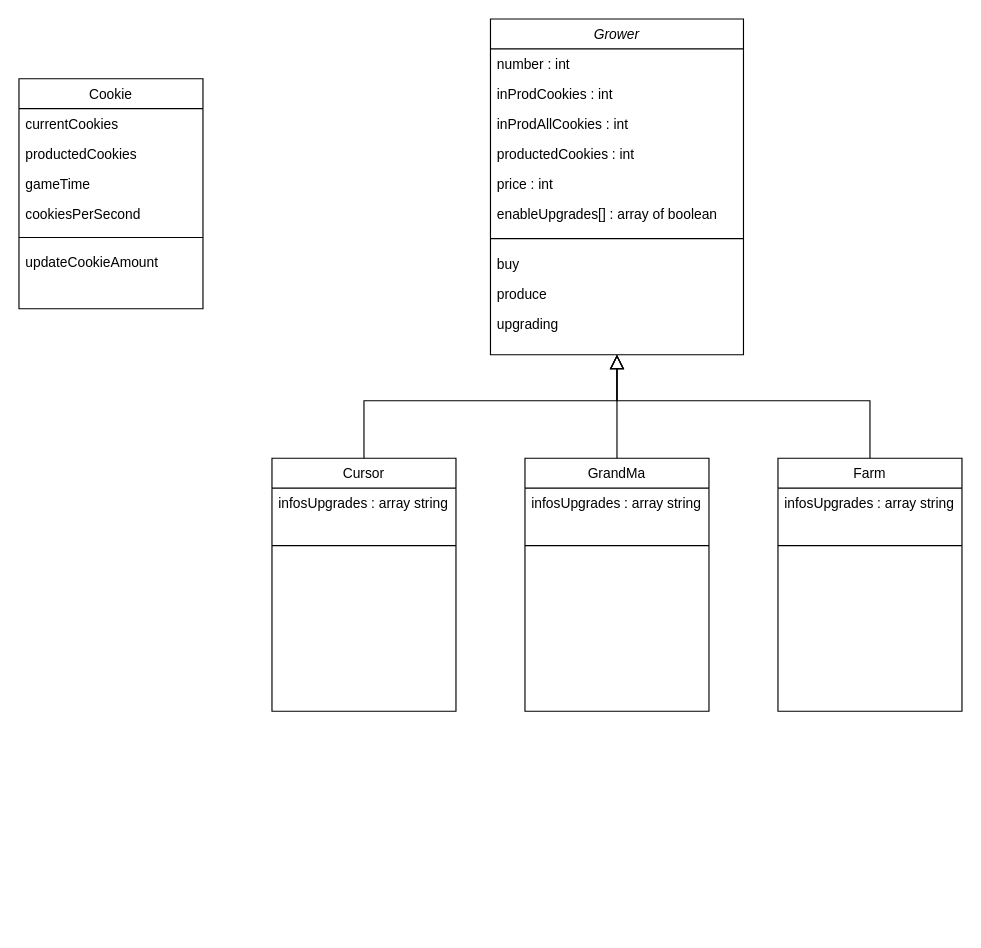
ElainePentium/JS-cookie-clicker keeps this draw.io diagram as diagram_class.drawio. Above is the earlier version. Source tidied: cells renumbered, new cells numbered last; positions are measured from the earlier drawing's top-left corner, leaving out a move shared by most shapes. Both pictures are drawn from the tidied source at 115%, with x=0, y=0 at pixel (18, 18).
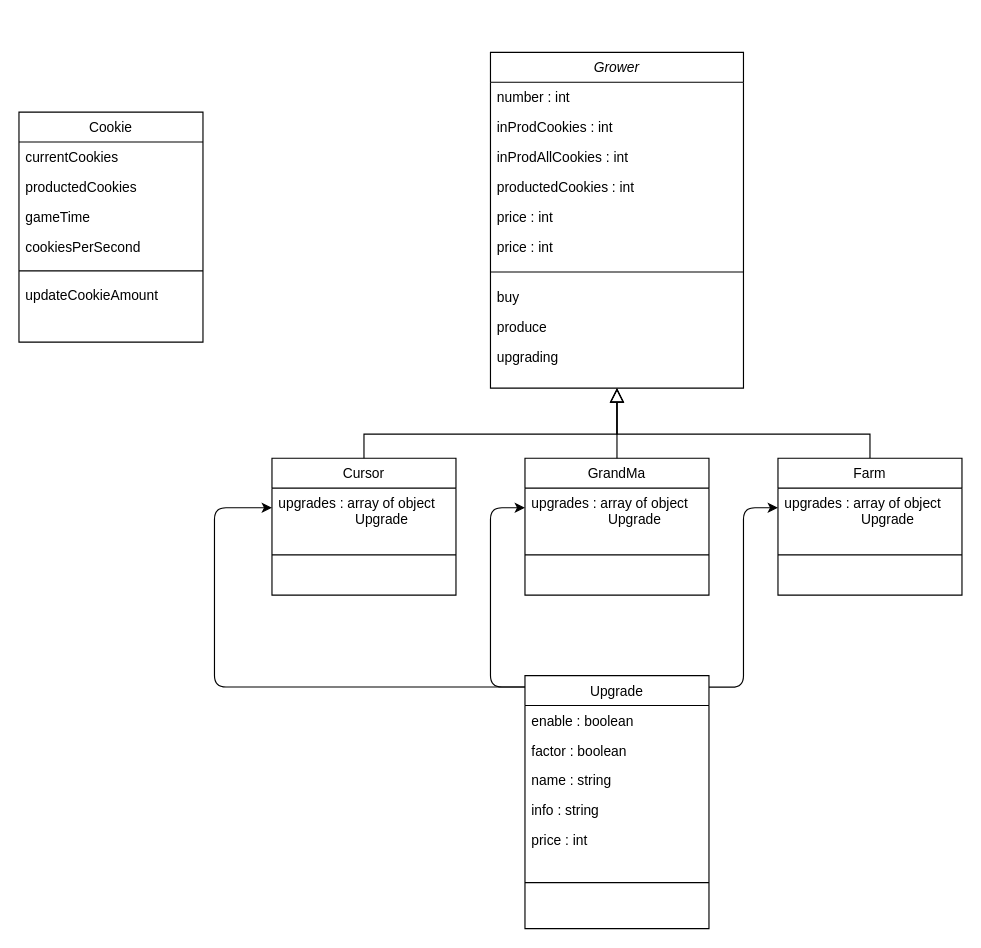
The same diagram, later.

Commit message (it also covers changes not shown here):
update draw.io and stats.txt for Upgrade object

The edit, as a diff of the source:
```diff
@@
     <mxCell id="2" value="Cookie" style="swimlane;fontStyle=0;align=center;verticalAlign=top;horizontal=1;startSize=26;rounded=0;shadow=0;strokeWidth=1;" parent="1" vertex="1">
-      <mxGeometry y="52" width="160" height="200" as="geometry" />
+      <mxGeometry y="81" width="160" height="200" as="geometry" />
     </mxCell>
@@
     <mxCell id="9" value="Cursor" style="swimlane;fontStyle=0;align=center;verticalAlign=top;horizontal=1;startSize=26;rounded=0;shadow=0;strokeWidth=1;" parent="1" vertex="1">
-      <mxGeometry x="220" y="382" width="160" height="220" as="geometry" />
+      <mxGeometry x="220" y="382" width="160" height="119" as="geometry" />
     </mxCell>
-    <mxCell id="10" value="infosUpgrades : array string" style="text;align=left;verticalAlign=top;spacingLeft=4;spacingRight=4;overflow=hidden;points=[[0,0.5],[1,0.5]];portConstraint=eastwest;rounded=0;shadow=0;html=0;" parent="9" vertex="1">
-      <mxGeometry y="26" width="160" height="26" as="geometry" />
+    <mxCell id="10" value="upgrades : array of object &#10;                    Upgrade" style="text;align=left;verticalAlign=top;spacingLeft=4;spacingRight=4;overflow=hidden;points=[[0,0.5],[1,0.5]];portConstraint=eastwest;rounded=0;shadow=0;html=0;" parent="9" vertex="1">
+      <mxGeometry y="26" width="160" height="34" as="geometry" />
     </mxCell>
     <mxCell id="11" style="line;html=1;strokeWidth=1;align=left;verticalAlign=middle;spacingTop=-1;spacingLeft=3;spacingRight=3;labelPosition=right;" parent="9" vertex="1">
-      <mxGeometry y="52" width="160" height="48" as="geometry" />
+      <mxGeometry y="60" width="160" height="48" as="geometry" />
     </mxCell>
     <mxCell id="12" style="endArrow=block;endSize=10;endFill=0;shadow=0;strokeWidth=1;rounded=0;edgeStyle=elbowEdgeStyle;elbow=vertical;entryX=0.5;entryY=1;entryDx=0;entryDy=0;exitX=0.5;exitY=0;exitDx=0;exitDy=0;" parent="1" edge="1" source="9" target="17">
       <mxGeometry relative="1" as="geometry">
         <Array as="points">
-          <mxPoint x="400" y="332" />
-          <mxPoint x="440" y="302" />
+          <mxPoint x="400" y="361" />
+          <mxPoint x="440" y="331" />
         </Array>
       </mxGeometry>
     </mxCell>
     <mxCell id="13" value="GrandMa" style="swimlane;fontStyle=0;align=center;verticalAlign=top;horizontal=1;startSize=26;rounded=0;shadow=0;strokeWidth=1;" parent="1" vertex="1">
-      <mxGeometry x="440" y="382" width="160" height="220" as="geometry" />
+      <mxGeometry x="440" y="382" width="160" height="119" as="geometry" />
     </mxCell>
-    <mxCell id="14" value="infosUpgrades : array string" style="text;align=left;verticalAlign=top;spacingLeft=4;spacingRight=4;overflow=hidden;rounded=0;shadow=0;html=0;" parent="13" vertex="1">
-      <mxGeometry y="26" width="160" height="26" as="geometry" />
-    </mxCell>
+    <mxCell id="32" value="upgrades : array of object &#10;                    Upgrade" style="text;align=left;verticalAlign=top;spacingLeft=4;spacingRight=4;overflow=hidden;points=[[0,0.5],[1,0.5]];portConstraint=eastwest;rounded=0;shadow=0;html=0;" parent="13" vertex="1">
+      <mxGeometry y="26" width="160" height="34" as="geometry" />
+    </mxCell>
     <mxCell id="15" style="line;html=1;strokeWidth=1;align=left;verticalAlign=middle;spacingTop=-1;spacingLeft=3;spacingRight=3;labelPosition=right;" parent="13" vertex="1">
-      <mxGeometry y="52" width="160" height="48" as="geometry" />
+      <mxGeometry y="60" width="160" height="48" as="geometry" />
     </mxCell>
     <mxCell id="16" style="endArrow=block;endSize=10;endFill=0;shadow=0;strokeWidth=1;rounded=0;edgeStyle=elbowEdgeStyle;elbow=vertical;entryX=0.5;entryY=1;entryDx=0;entryDy=0;" parent="1" edge="1" source="13" target="17">
       <mxGeometry relative="1" as="geometry">
         <Array as="points">
-          <mxPoint x="520" y="342" />
-          <mxPoint x="530" y="302" />
+          <mxPoint x="520" y="371" />
+          <mxPoint x="530" y="331" />
         </Array>
       </mxGeometry>
     </mxCell>
     <mxCell id="17" value="Grower" style="swimlane;fontStyle=2;align=center;verticalAlign=top;horizontal=1;startSize=26;rounded=0;shadow=0;strokeWidth=1;" parent="1" vertex="1">
-      <mxGeometry x="410" width="220" height="292" as="geometry" />
+      <mxGeometry x="410" y="29" width="220" height="292" as="geometry" />
     </mxCell>
@@
-    <mxCell id="23" value="enableUpgrades[] : array of boolean" style="text;align=left;verticalAlign=top;spacingLeft=4;spacingRight=4;overflow=hidden;" parent="17" vertex="1">
-      <mxGeometry y="156" width="220" height="26" as="geometry" />
-    </mxCell>
+    <mxCell id="33" value="price : int" style="text;align=left;verticalAlign=top;spacingLeft=4;spacingRight=4;overflow=hidden;rounded=0;shadow=0;html=0;" parent="17" vertex="1">
+      <mxGeometry y="156" width="220" height="26" as="geometry" />
+    </mxCell>
@@
     <mxCell id="28" style="edgeStyle=elbowEdgeStyle;rounded=0;jettySize=auto;html=1;exitX=0.5;exitY=0;exitDx=0;exitDy=0;entryX=0.5;entryY=1;entryDx=0;entryDy=0;endArrow=block;endFill=0;elbow=vertical;endSize=10;" parent="1" edge="1" source="29" target="17">
       <mxGeometry relative="1" as="geometry">
         <Array as="points">
-          <mxPoint x="670" y="332" />
-          <mxPoint x="630" y="302" />
+          <mxPoint x="670" y="361" />
+          <mxPoint x="630" y="331" />
         </Array>
       </mxGeometry>
     </mxCell>
     <mxCell id="29" value="Farm" style="swimlane;fontStyle=0;align=center;verticalAlign=top;horizontal=1;startSize=26;rounded=0;shadow=0;strokeWidth=1;" parent="1" vertex="1">
-      <mxGeometry x="660" y="382" width="160" height="220" as="geometry" />
+      <mxGeometry x="660" y="382" width="160" height="119" as="geometry" />
     </mxCell>
-    <mxCell id="30" value="infosUpgrades : array string" style="text;align=left;verticalAlign=top;spacingLeft=4;spacingRight=4;overflow=hidden;rounded=0;shadow=0;html=0;" parent="29" vertex="1">
-      <mxGeometry y="26" width="160" height="26" as="geometry" />
-    </mxCell>
+    <mxCell id="34" value="upgrades : array of object &#10;                    Upgrade" style="text;align=left;verticalAlign=top;spacingLeft=4;spacingRight=4;overflow=hidden;points=[[0,0.5],[1,0.5]];portConstraint=eastwest;rounded=0;shadow=0;html=0;" parent="29" vertex="1">
+      <mxGeometry y="26" width="160" height="34" as="geometry" />
+    </mxCell>
     <mxCell id="31" style="line;html=1;strokeWidth=1;align=left;verticalAlign=middle;spacingTop=-1;spacingLeft=3;spacingRight=3;labelPosition=right;" parent="29" vertex="1">
-      <mxGeometry y="52" width="160" height="48" as="geometry" />
+      <mxGeometry y="60" width="160" height="48" as="geometry" />
     </mxCell>
+    <mxCell id="35" style="edgeStyle=elbowEdgeStyle;html=1;exitX=0.003;exitY=0.045;exitDx=0;exitDy=0;entryX=0;entryY=0.5;entryDx=0;entryDy=0;exitPerimeter=0;" parent="1" edge="1" source="38" target="10">
+      <mxGeometry relative="1" as="geometry">
+        <Array as="points">
+          <mxPoint x="170" y="511" />
+          <mxPoint x="420" y="541" />
+          <mxPoint x="160" y="531" />
+        </Array>
+      </mxGeometry>
+    </mxCell>
+    <mxCell id="36" style="edgeStyle=elbowEdgeStyle;html=1;entryX=0;entryY=0.5;entryDx=0;entryDy=0;" parent="1" edge="1" target="34">
+      <mxGeometry relative="1" as="geometry">
+        <mxPoint x="600" y="581" as="sourcePoint" />
+      </mxGeometry>
+    </mxCell>
+    <mxCell id="37" style="edgeStyle=elbowEdgeStyle;html=1;exitX=0.008;exitY=0.045;exitDx=0;exitDy=0;entryX=0;entryY=0.5;entryDx=0;entryDy=0;exitPerimeter=0;" parent="1" edge="1" source="38" target="32">
+      <mxGeometry relative="1" as="geometry">
+        <Array as="points">
+          <mxPoint x="410" y="498" />
+        </Array>
+      </mxGeometry>
+    </mxCell>
+    <mxCell id="38" value="Upgrade" style="swimlane;fontStyle=0;align=center;verticalAlign=top;horizontal=1;startSize=26;rounded=0;shadow=0;strokeWidth=1;" parent="1" vertex="1">
+      <mxGeometry x="440" y="571" width="160" height="220" as="geometry" />
+    </mxCell>
+    <mxCell id="39" value="enable : boolean" style="text;align=left;verticalAlign=top;spacingLeft=4;spacingRight=4;overflow=hidden;rounded=0;shadow=0;html=0;" parent="38" vertex="1">
+      <mxGeometry y="26" width="160" height="26" as="geometry" />
+    </mxCell>
+    <mxCell id="40" value="factor : boolean" style="text;align=left;verticalAlign=top;spacingLeft=4;spacingRight=4;overflow=hidden;rounded=0;shadow=0;html=0;" parent="38" vertex="1">
+      <mxGeometry y="52" width="160" height="26" as="geometry" />
+    </mxCell>
+    <mxCell id="41" value="name : string" style="text;align=left;verticalAlign=top;spacingLeft=4;spacingRight=4;overflow=hidden;rounded=0;shadow=0;html=0;" parent="38" vertex="1">
+      <mxGeometry y="78" width="160" height="26" as="geometry" />
+    </mxCell>
+    <mxCell id="42" value="info : string" style="text;align=left;verticalAlign=top;spacingLeft=4;spacingRight=4;overflow=hidden;rounded=0;shadow=0;html=0;" parent="38" vertex="1">
+      <mxGeometry y="104" width="160" height="26" as="geometry" />
+    </mxCell>
+    <mxCell id="43" value="price : int" style="text;align=left;verticalAlign=top;spacingLeft=4;spacingRight=4;overflow=hidden;rounded=0;shadow=0;html=0;" parent="38" vertex="1">
+      <mxGeometry y="130" width="160" height="26" as="geometry" />
+    </mxCell>
+    <mxCell id="44" style="line;html=1;strokeWidth=1;align=left;verticalAlign=middle;spacingTop=-1;spacingLeft=3;spacingRight=3;labelPosition=right;" parent="38" vertex="1">
+      <mxGeometry y="156" width="160" height="48" as="geometry" />
+    </mxCell>
```
